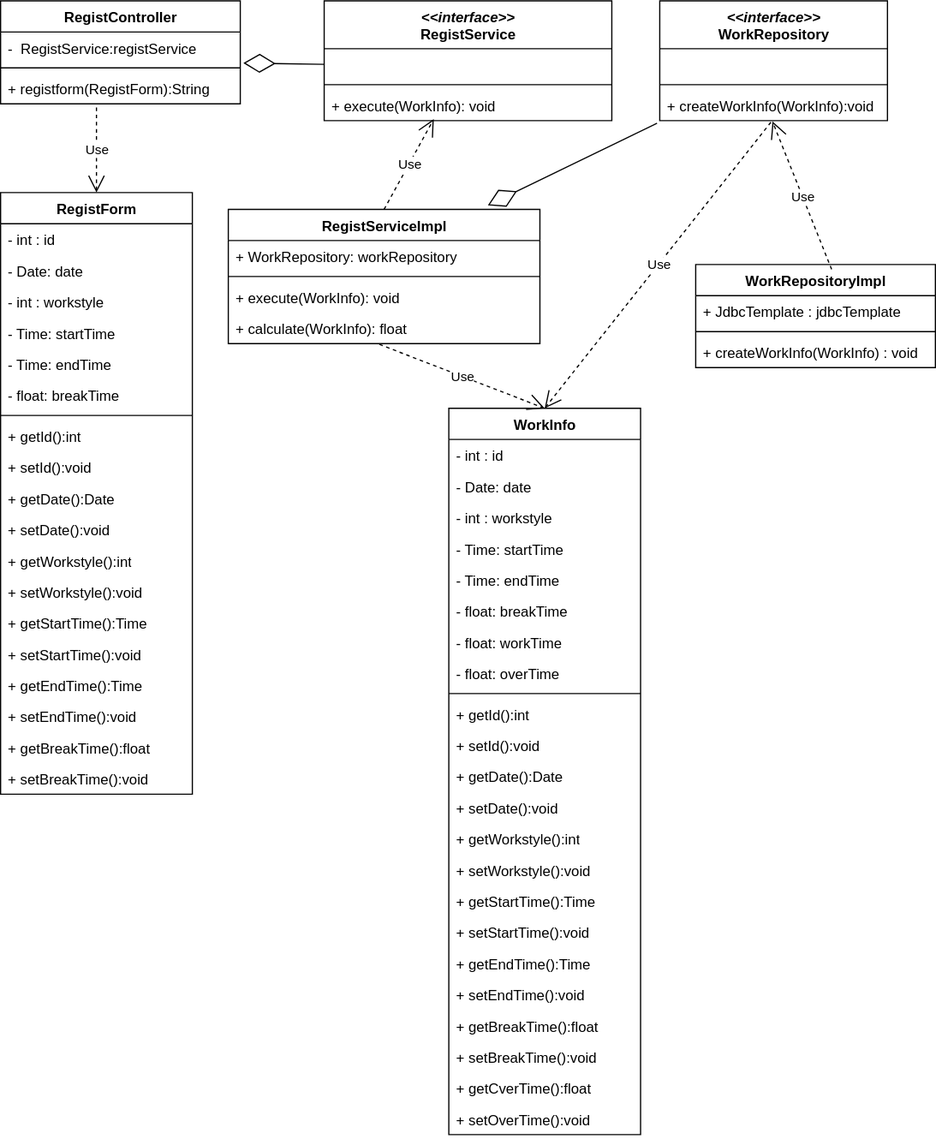
ICT-Training-2026/team-project-15 keeps this draw.io diagram as 03_詳細設計/クラス図/勤怠登録.drawio.svg. Above is the earlier version. Source tidied: cells renumbered, new cells last; positions are measured from the earlier drawing's top-left corner, leaving out a move shared by most shapes.
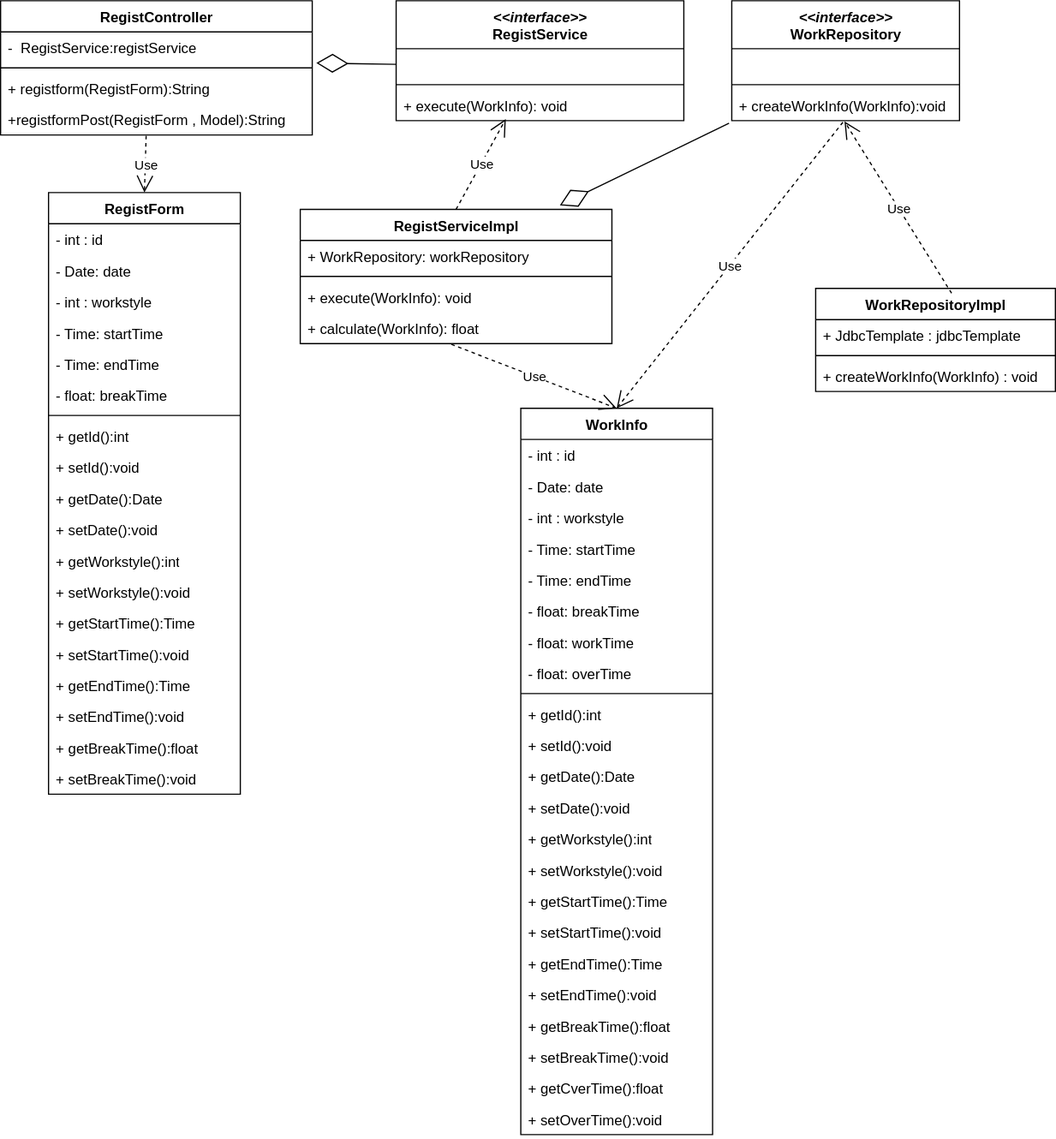
After the change.

What changed in the source:
```diff
@@ -3,19 +3,22 @@
     <mxCell id="0" />
     <mxCell id="1" parent="0" />
     <mxCell id="2" value="RegistController" style="swimlane;fontStyle=1;align=center;verticalAlign=top;horizontal=1;startSize=26;whiteSpace=wrap;html=1;" parent="1" vertex="1">
-      <mxGeometry width="200" height="86" as="geometry" />
+      <mxGeometry x="-60" width="260" height="112" as="geometry" />
     </mxCell>
     <mxCell id="3" value="-&amp;nbsp; RegistService:registService" style="text;strokeColor=none;fillColor=none;align=left;verticalAlign=top;spacingLeft=4;spacingRight=4;overflow=hidden;points=[[0,0.5],[1,0.5]];portConstraint=eastwest;whiteSpace=wrap;html=1;" parent="2" vertex="1">
-      <mxGeometry y="26" width="200" height="26" as="geometry" />
+      <mxGeometry y="26" width="260" height="26" as="geometry" />
     </mxCell>
     <mxCell id="4" style="line;strokeWidth=1;fillColor=none;align=left;verticalAlign=middle;spacingTop=-1;spacingLeft=3;spacingRight=3;labelPosition=right;strokeColor=inherit;" parent="2" vertex="1">
-      <mxGeometry y="52" width="200" height="8" as="geometry" />
+      <mxGeometry y="52" width="260" height="8" as="geometry" />
     </mxCell>
+    <mxCell id="74" value="+ registform(RegistForm):String&amp;nbsp;" style="text;strokeColor=none;fillColor=none;align=left;verticalAlign=top;spacingLeft=4;spacingRight=4;overflow=hidden;whiteSpace=wrap;html=1;" parent="2" vertex="1">
+      <mxGeometry y="60" width="260" height="26" as="geometry" />
+    </mxCell>
-    <mxCell id="5" value="+ registform(RegistForm):String&amp;nbsp;" style="text;strokeColor=none;fillColor=none;align=left;verticalAlign=top;spacingLeft=4;spacingRight=4;overflow=hidden;points=[[0,0.5],[1,0.5]];portConstraint=eastwest;whiteSpace=wrap;html=1;" parent="2" vertex="1">
-      <mxGeometry y="60" width="200" height="26" as="geometry" />
+    <mxCell id="5" value="+registformPost(RegistForm , Model):String&amp;nbsp;" style="text;strokeColor=none;fillColor=none;align=left;verticalAlign=top;spacingLeft=4;spacingRight=4;overflow=hidden;points=[[0,0.5],[1,0.5]];portConstraint=eastwest;whiteSpace=wrap;html=1;" parent="2" vertex="1">
+      <mxGeometry y="86" width="260" height="26" as="geometry" />
     </mxCell>
     <mxCell id="6" value="RegistForm" style="swimlane;fontStyle=1;align=center;verticalAlign=top;horizontal=1;startSize=26;whiteSpace=wrap;html=1;" parent="1" vertex="1">
-      <mxGeometry y="160" width="160" height="502" as="geometry" />
+      <mxGeometry x="-20" y="160" width="160" height="502" as="geometry" />
     </mxCell>
     <mxCell id="7" value="- int : id" style="text;strokeColor=none;fillColor=none;align=left;verticalAlign=top;spacingLeft=4;spacingRight=4;overflow=hidden;whiteSpace=wrap;html=1;" parent="6" vertex="1">
       <mxGeometry y="26" width="160" height="26" as="geometry" />
@@ -86,10 +89,8 @@
     <mxCell id="29" value="+ execute(WorkInfo): void" style="text;strokeColor=none;fillColor=none;align=left;verticalAlign=top;spacingLeft=4;spacingRight=4;overflow=hidden;points=[[0,0.5],[1,0.5]];portConstraint=eastwest;whiteSpace=wrap;html=1;" parent="26" vertex="1">
       <mxGeometry y="74" width="240" height="26" as="geometry" />
     </mxCell>
-    <mxCell id="30" value="Use" style="endArrow=open;endSize=12;dashed=1;html=1;rounded=0;entryX=0.5;entryY=0;entryDx=0;entryDy=0;" parent="1" edge="1" target="6">
-      <mxGeometry relative="1" as="geometry">
-        <mxPoint x="80" y="89" as="sourcePoint" />
-      </mxGeometry>
+    <mxCell id="30" value="Use" style="endArrow=open;endSize=12;dashed=1;html=1;rounded=0;entryX=0.5;entryY=0;entryDx=0;entryDy=0;exitX=0.467;exitY=1.026;exitDx=0;exitDy=0;exitPerimeter=0;" parent="1" edge="1" source="5" target="6">
+      <mxGeometry relative="1" as="geometry" />
     </mxCell>
     <mxCell id="31" style="endArrow=diamondThin;endFill=0;endSize=24;html=1;rounded=0;exitX=0;exitY=0.5;exitDx=0;exitDy=0;entryX=1.013;entryY=0.998;entryDx=0;entryDy=0;entryPerimeter=0;" parent="1" edge="1" source="27" target="3">
       <mxGeometry relative="1" as="geometry" />
@@ -128,7 +129,7 @@
       <mxGeometry relative="1" as="geometry" />
     </mxCell>
     <mxCell id="43" value="WorkRepositoryImpl" style="swimlane;fontStyle=1;align=center;verticalAlign=top;horizontal=1;startSize=26;whiteSpace=wrap;html=1;" parent="1" vertex="1">
-      <mxGeometry x="580" y="220" width="200" height="86" as="geometry" />
+      <mxGeometry x="620" y="240" width="200" height="86" as="geometry" />
     </mxCell>
     <mxCell id="44" value="+ JdbcTemplate : jdbcTemplate" style="text;strokeColor=none;fillColor=none;align=left;verticalAlign=top;spacingLeft=4;spacingRight=4;overflow=hidden;whiteSpace=wrap;html=1;" parent="43" vertex="1">
       <mxGeometry y="26" width="200" height="26" as="geometry" />
```
